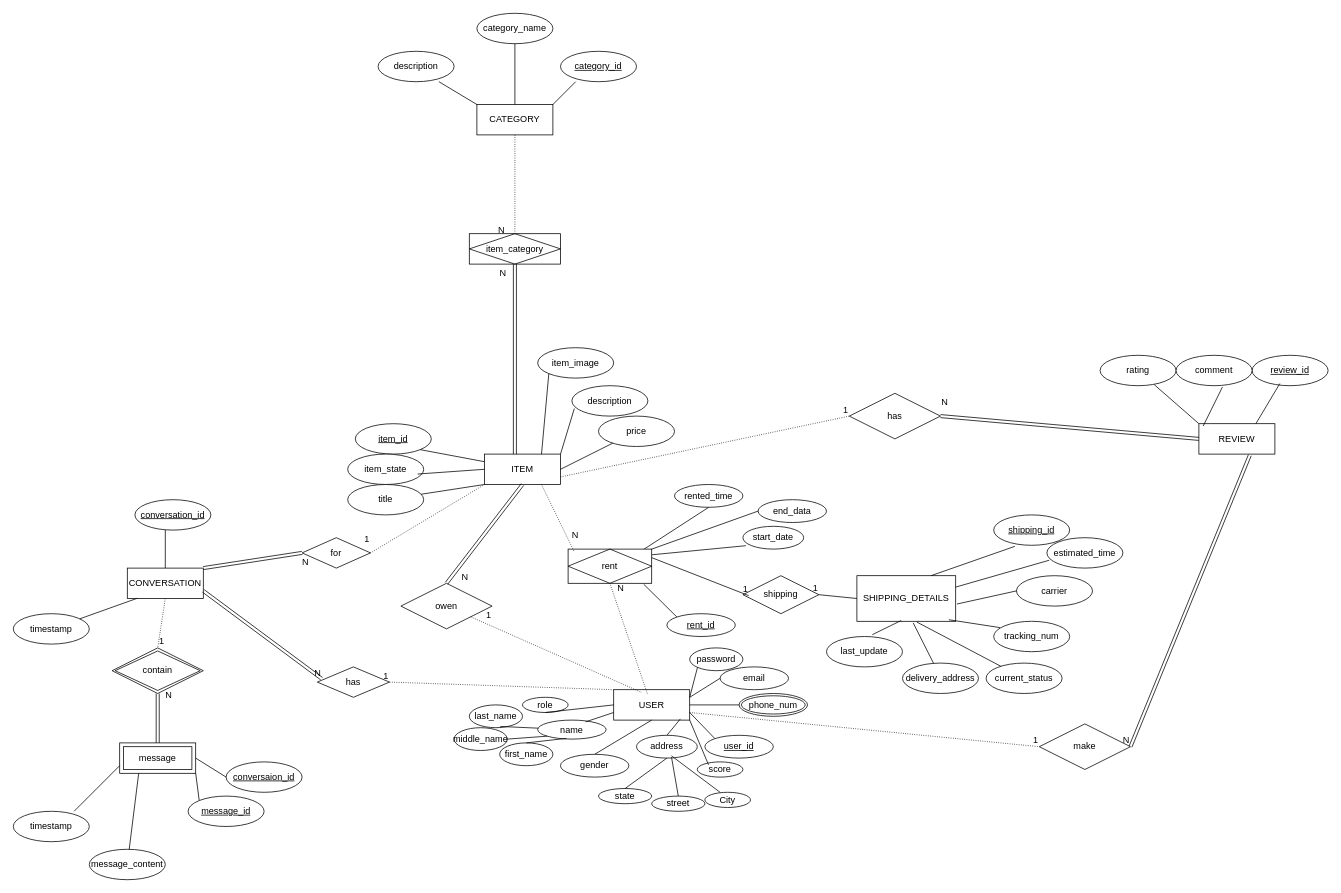
Earlier version of the draw.io diagram page "Page-1" (1 of 2) of documents/ERD.drawio (ZiadMostafaGit/graduation-project). Source tidied: cells renumbered, new cells numbered last; positions are measured from the earlier drawing's top-left corner, leaving out a move shared by most shapes. Both pictures are drawn from the tidied source at 76%, with x=0, y=0 at pixel (13, 13).
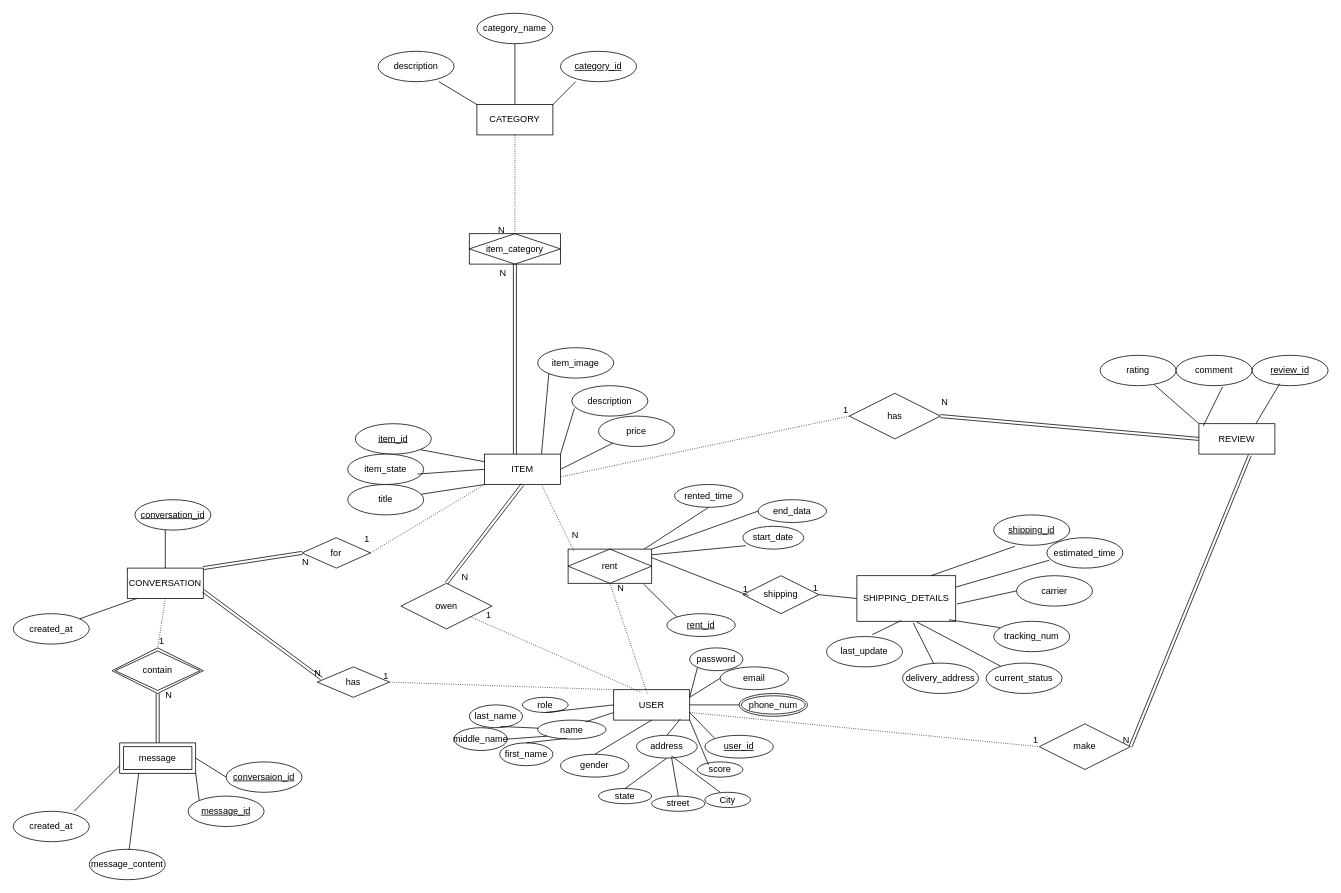
Above is the later version.

Change to the diagram source:
```diff
@@
-    <mxCell id="72" value="timestamp" style="ellipse;whiteSpace=wrap;html=1;align=center;" parent="1" vertex="1">
+    <mxCell id="72" value="created_at" style="ellipse;whiteSpace=wrap;html=1;align=center;" parent="1" vertex="1">
       <mxGeometry y="790" width="100" height="40" as="geometry" />
     </mxCell>
@@
-    <mxCell id="81" value="timestamp" style="ellipse;whiteSpace=wrap;html=1;align=center;" parent="1" vertex="1">
+    <mxCell id="81" value="created_at" style="ellipse;whiteSpace=wrap;html=1;align=center;" parent="1" vertex="1">
       <mxGeometry y="1050" width="100" height="40" as="geometry" />
     </mxCell>
```
